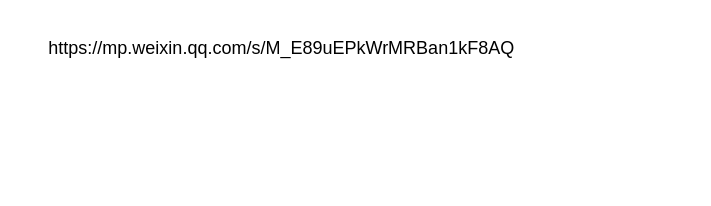
The draw.io diagram _data/AIVideoSearch.drawio in kiah2008/kiah2008.github.io, before the edit. Source tidied: cells renumbered, new cells numbered last; positions are measured from the earlier drawing's top-left corner, leaving out a move shared by most shapes. Both pictures are drawn from the tidied source at 150%, with x=0, y=0 at pixel (26, 26).
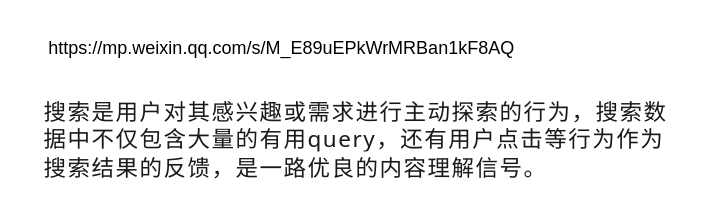
The same diagram, later.

Diff of the diagram source:
```diff
@@
 <mxGraphModel>
   <root>
     <mxCell id="0" />
     <mxCell id="1" parent="0" />
     <mxCell id="2" value="https://mp.weixin.qq.com/s/M_E89uEPkWrMRBan1kF8AQ" style="text;html=1;align=center;verticalAlign=middle;strokeColor=none;fillColor=none;" parent="1" vertex="1">
       <mxGeometry width="340" height="30" as="geometry" />
     </mxCell>
+    <mxCell id="3" value="&lt;span style=&quot;color: rgba(0, 0, 0, 0.9); font-family: &amp;quot;PingFang SC&amp;quot;, system-ui, -apple-system, BlinkMacSystemFont, &amp;quot;Helvetica Neue&amp;quot;, &amp;quot;Hiragino Sans GB&amp;quot;, &amp;quot;Microsoft YaHei UI&amp;quot;, &amp;quot;Microsoft YaHei&amp;quot;, Arial, sans-serif; font-size: 15px; letter-spacing: 1px; background-color: rgb(255, 255, 255);&quot;&gt;搜索是用户对其感兴趣或需求进行主动探索的行为，搜索数据中不仅包含大量的有用query，还有用户点击等行为作为搜索结果的反馈，是一路优良的内容理解信号。&lt;/span&gt;" style="text;html=1;align=left;verticalAlign=middle;whiteSpace=wrap;rounded=0;" parent="1" vertex="1">
+      <mxGeometry x="10" y="60" width="430" height="30" as="geometry" />
+    </mxCell>
   </root>
 </mxGraphModel>
```
